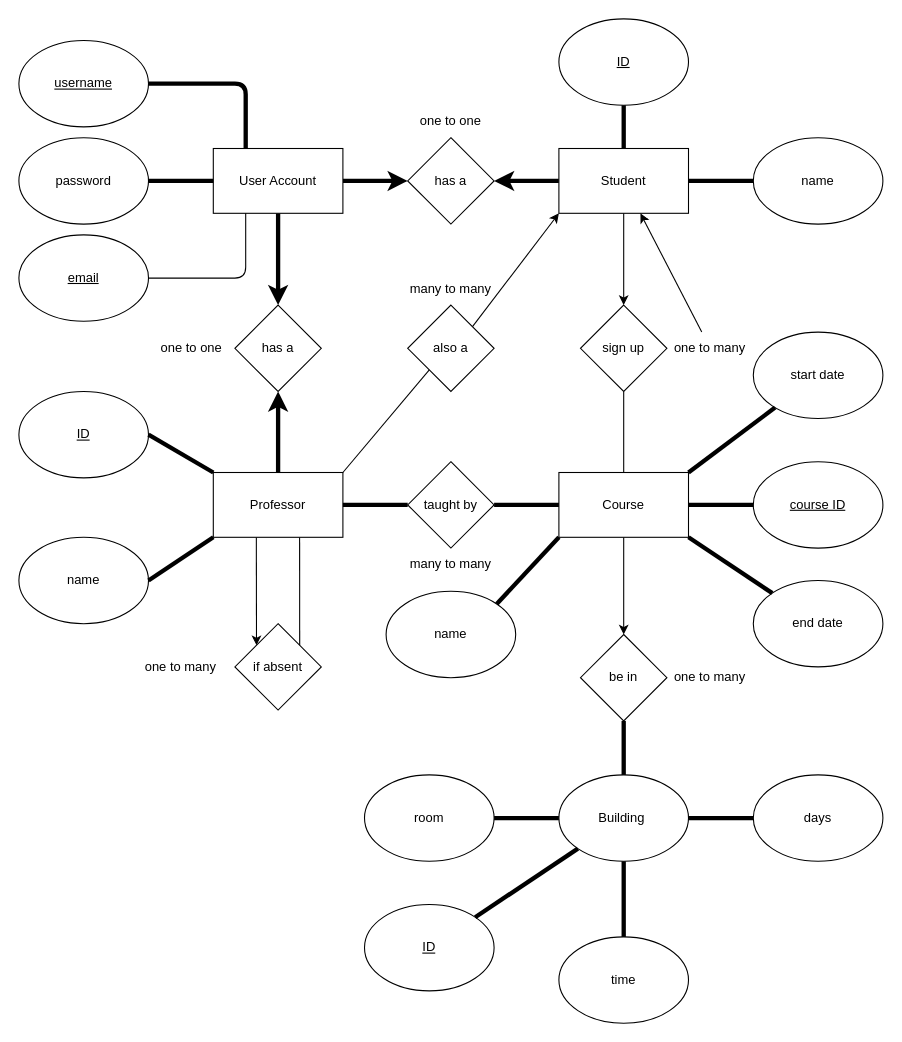
Above: images/spencerPPER.drawio in Kless92/DockerConPP (draw.io), before the change. Source tidied: cells renumbered, new cells numbered last; positions are measured from the earlier drawing's top-left corner, leaving out a move shared by most shapes. Both pictures are drawn from the tidied source at 108%, with x=0, y=0 at pixel (18, 18).
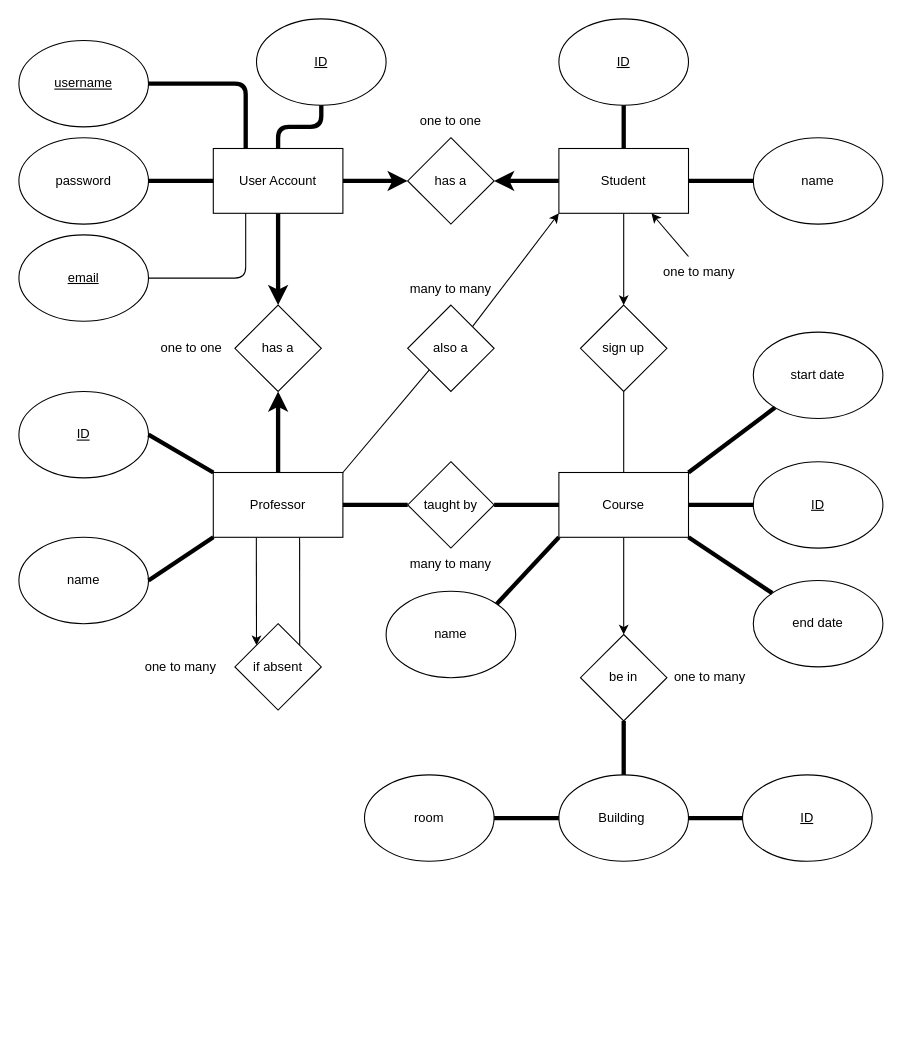
After the change.

Unchanged cells that the change refers to:
```xml
<mxCell id="4" value="Student" style="rounded=0;whiteSpace=wrap;html=1;" parent="1" vertex="1">
  <mxGeometry x="500" y="120" width="120" height="60" as="geometry" />
</mxCell>
<mxCell id="9" value="User Account" style="rounded=0;whiteSpace=wrap;html=1;" parent="1" vertex="1">
  <mxGeometry x="180" y="120" width="120" height="60" as="geometry" />
</mxCell>
<mxCell id="28" value="Building&amp;nbsp;" style="ellipse;whiteSpace=wrap;html=1;" parent="1" vertex="1">
  <mxGeometry x="500" y="700" width="120" height="80" as="geometry" />
</mxCell>
```

Change to the diagram source:
```diff
@@
-    <mxCell id="26" value="&lt;u&gt;course ID&lt;/u&gt;" style="ellipse;whiteSpace=wrap;html=1;" parent="1" vertex="1">
+    <mxCell id="26" value="&lt;u&gt;ID&lt;/u&gt;" style="ellipse;whiteSpace=wrap;html=1;" parent="1" vertex="1">
       <mxGeometry x="680" y="410" width="120" height="80" as="geometry" />
     </mxCell>
@@
-    <mxCell id="38" style="edgeStyle=none;html=1;" parent="1" edge="1" source="39" target="4">
-      <mxGeometry relative="1" as="geometry" />
+    <mxCell id="38" style="edgeStyle=none;html=1;" parent="1" edge="1" target="4">
+      <mxGeometry relative="1" as="geometry">
+        <mxPoint x="620" y="220" as="sourcePoint" />
+      </mxGeometry>
     </mxCell>
     <mxCell id="39" value="one to many" style="text;html=1;strokeColor=none;fillColor=none;align=center;verticalAlign=middle;whiteSpace=wrap;rounded=0;" parent="1" vertex="1">
-      <mxGeometry x="600" y="290" width="80" height="30" as="geometry" />
+      <mxGeometry x="590" y="220" width="80" height="30" as="geometry" />
     </mxCell>
@@
-    <mxCell id="52" value="days" style="ellipse;whiteSpace=wrap;html=1;" parent="1" vertex="1">
-      <mxGeometry x="680" y="700" width="120" height="80" as="geometry" />
-    </mxCell>
-    <mxCell id="53" style="endArrow=none;html=1;entryX=1;entryY=0.5;entryDx=0;entryDy=0;exitX=0;exitY=0.5;exitDx=0;exitDy=0;strokeWidth=4;" parent="1" edge="1" source="52" target="28">
-      <mxGeometry relative="1" as="geometry" />
-    </mxCell>
-    <mxCell id="54" value="time" style="ellipse;whiteSpace=wrap;html=1;" parent="1" vertex="1">
-      <mxGeometry x="500" y="850" width="120" height="80" as="geometry" />
-    </mxCell>
-    <mxCell id="55" style="endArrow=none;html=1;entryX=0.5;entryY=1;entryDx=0;entryDy=0;strokeWidth=4;" parent="1" edge="1" source="54" target="28">
-      <mxGeometry relative="1" as="geometry" />
-    </mxCell>
@@
     <mxCell id="64" value="&lt;u&gt;ID&lt;/u&gt;" style="ellipse;whiteSpace=wrap;html=1;" parent="1" vertex="1">
-      <mxGeometry x="320" y="820" width="120" height="80" as="geometry" />
+      <mxGeometry x="670" y="700" width="120" height="80" as="geometry" />
     </mxCell>
-    <mxCell id="65" style="endArrow=none;html=1;entryX=0;entryY=1;entryDx=0;entryDy=0;strokeWidth=4;" parent="1" edge="1" source="64" target="28">
+    <mxCell id="65" style="endArrow=none;html=1;entryX=1;entryY=0.5;entryDx=0;entryDy=0;strokeWidth=4;" parent="1" edge="1" source="64" target="28">
       <mxGeometry relative="1" as="geometry" />
     </mxCell>
+    <mxCell id="66" value="&lt;u&gt;ID&lt;/u&gt;" style="ellipse;whiteSpace=wrap;html=1;" parent="1" vertex="1">
+      <mxGeometry x="220" width="120" height="80" as="geometry" />
+    </mxCell>
+    <mxCell id="67" style="endArrow=none;html=1;strokeWidth=4;entryX=0.5;entryY=1;entryDx=0;entryDy=0;exitX=0.5;exitY=0;exitDx=0;exitDy=0;" parent="1" edge="1" source="9" target="66">
+      <mxGeometry relative="1" as="geometry">
+        <Array as="points">
+          <mxPoint x="240" y="100" />
+          <mxPoint x="280" y="100" />
+        </Array>
+      </mxGeometry>
+    </mxCell>
```
